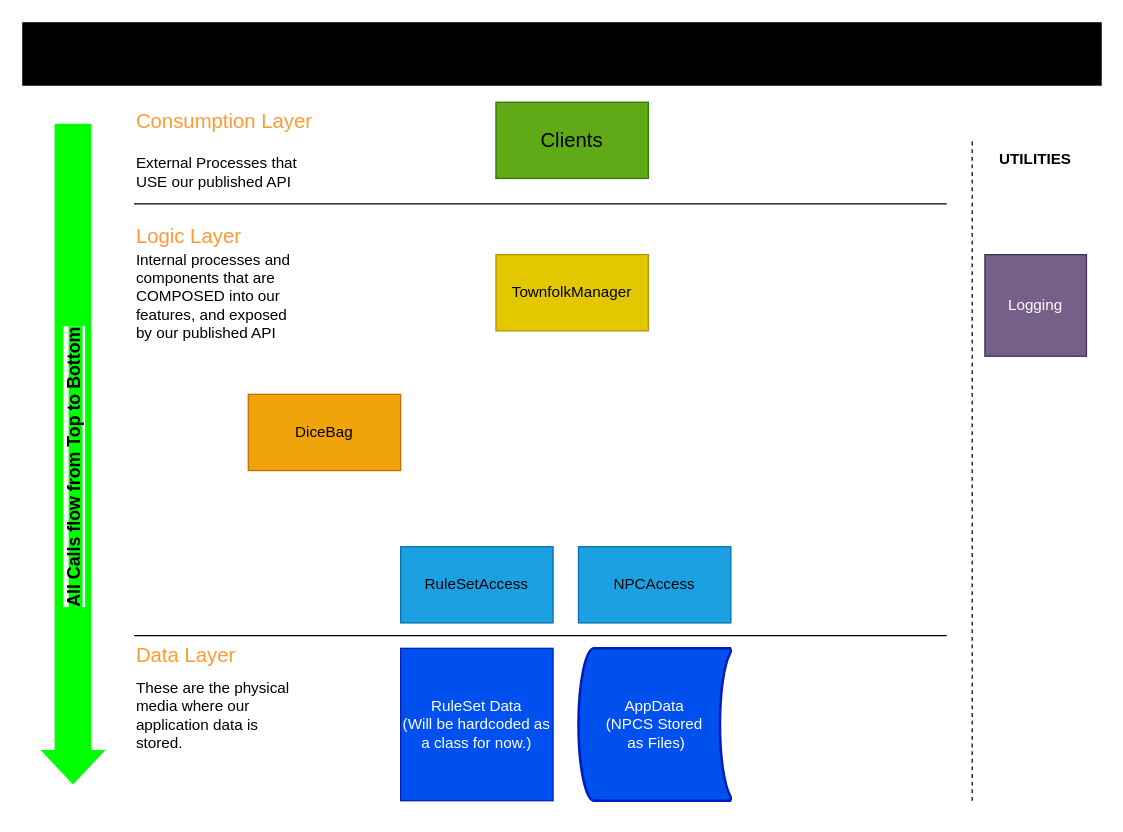
Earlier version of the draw.io diagram doc/images/TownsfolkGen_StaticArch.drawio (ThatDeveloperDad/GM_Tools). Source tidied: cells renumbered, new cells numbered last; positions are measured from the earlier drawing's top-left corner, leaving out a move shared by most shapes. Both pictures are drawn from the tidied source at 127%, with x=0, y=0 at pixel (22, 22).
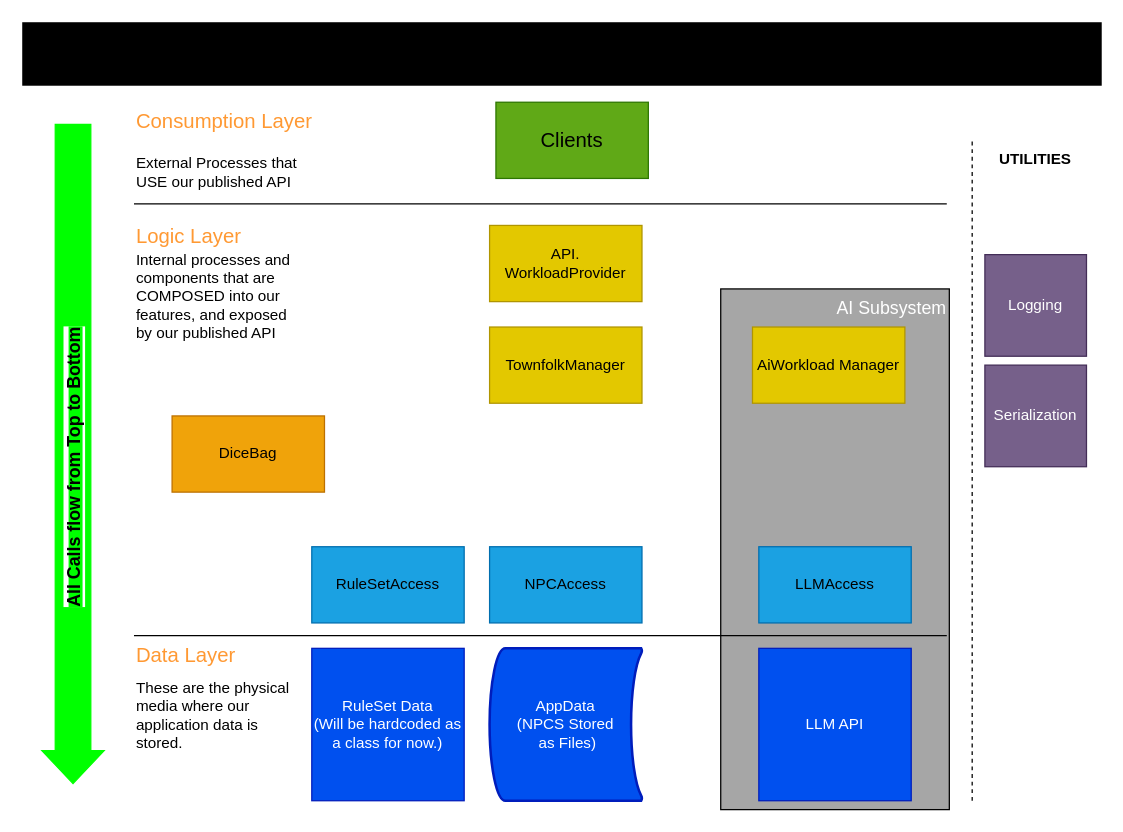
The same page after the edit.

Diff of the diagram source:
```diff
@@
+    <mxCell id="23" value="AI Subsystem" style="rounded=0;whiteSpace=wrap;html=1;fillColor=#a6a6a6;align=right;verticalAlign=top;fontColor=#FFFFFF;fontSize=14;" parent="1" vertex="1">
+      <mxGeometry x="550" y="210" width="180" height="410" as="geometry" />
+    </mxCell>
@@
     <mxCell id="5" value="&lt;font color=&quot;#000000&quot;&gt;RuleSetAccess&lt;/font&gt;" style="rounded=0;whiteSpace=wrap;html=1;fillColor=#1ba1e2;fontColor=#ffffff;strokeColor=#006EAF;" parent="1" vertex="1">
-      <mxGeometry x="298" y="413" width="120" height="60" as="geometry" />
+      <mxGeometry x="228" y="413" width="120" height="60" as="geometry" />
     </mxCell>
     <mxCell id="6" value="&lt;font color=&quot;#000000&quot;&gt;NPCAccess&lt;/font&gt;" style="rounded=0;whiteSpace=wrap;html=1;fillColor=#1ba1e2;fontColor=#ffffff;strokeColor=#006EAF;" parent="1" vertex="1">
-      <mxGeometry x="438" y="413" width="120" height="60" as="geometry" />
+      <mxGeometry x="368" y="413" width="120" height="60" as="geometry" />
     </mxCell>
     <mxCell id="7" value="RuleSet Data&lt;br&gt;(Will be hardcoded as a class for now.)" style="rounded=0;whiteSpace=wrap;html=1;fillColor=#0050ef;fontColor=#ffffff;strokeColor=#001DBC;" parent="1" vertex="1">
-      <mxGeometry x="298" y="493" width="120" height="120" as="geometry" />
+      <mxGeometry x="228" y="493" width="120" height="120" as="geometry" />
     </mxCell>
     <mxCell id="8" value="AppData&lt;div&gt;(NPCS Stored&lt;br&gt;&amp;nbsp;as Files)&lt;/div&gt;" style="strokeWidth=2;html=1;shape=mxgraph.flowchart.stored_data;whiteSpace=wrap;fillColor=#0050ef;fontColor=#ffffff;strokeColor=#001DBC;" parent="1" vertex="1">
-      <mxGeometry x="438" y="493" width="120" height="120" as="geometry" />
+      <mxGeometry x="368" y="493" width="120" height="120" as="geometry" />
     </mxCell>
     <mxCell id="9" value="TownfolkManager" style="rounded=0;whiteSpace=wrap;html=1;fillColor=#e3c800;fontColor=#000000;strokeColor=#B09500;" parent="1" vertex="1">
-      <mxGeometry x="373" y="183" width="120" height="60" as="geometry" />
+      <mxGeometry x="368" y="240" width="120" height="60" as="geometry" />
     </mxCell>
     <mxCell id="10" value="DiceBag" style="rounded=0;whiteSpace=wrap;html=1;fillColor=#f0a30a;fontColor=#000000;strokeColor=#BD7000;" parent="1" vertex="1">
-      <mxGeometry x="178" y="293" width="120" height="60" as="geometry" />
+      <mxGeometry x="118" y="310" width="120" height="60" as="geometry" />
     </mxCell>
@@
+    <mxCell id="24" value="&lt;font color=&quot;#000000&quot;&gt;LLMAccess&lt;/font&gt;" style="rounded=0;whiteSpace=wrap;html=1;fillColor=#1ba1e2;fontColor=#ffffff;strokeColor=#006EAF;" parent="1" vertex="1">
+      <mxGeometry x="580" y="413" width="120" height="60" as="geometry" />
+    </mxCell>
+    <mxCell id="25" value="AiWorkload Manager" style="rounded=0;whiteSpace=wrap;html=1;fillColor=#e3c800;fontColor=#000000;strokeColor=#B09500;" parent="1" vertex="1">
+      <mxGeometry x="575" y="240" width="120" height="60" as="geometry" />
+    </mxCell>
+    <mxCell id="26" value="LLM API" style="rounded=0;whiteSpace=wrap;html=1;fillColor=#0050ef;fontColor=#ffffff;strokeColor=#001DBC;" parent="1" vertex="1">
+      <mxGeometry x="580" y="493" width="120" height="120" as="geometry" />
+    </mxCell>
+    <mxCell id="27" value="API.&lt;br&gt;WorkloadProvider" style="rounded=0;whiteSpace=wrap;html=1;fillColor=#e3c800;fontColor=#000000;strokeColor=#B09500;" parent="1" vertex="1">
+      <mxGeometry x="368" y="160" width="120" height="60" as="geometry" />
+    </mxCell>
+    <mxCell id="28" value="Serialization" style="whiteSpace=wrap;html=1;fillColor=#76608a;fontColor=#ffffff;strokeColor=#432D57;" parent="1" vertex="1">
+      <mxGeometry x="758" y="270" width="80" height="80" as="geometry" />
+    </mxCell>
```
